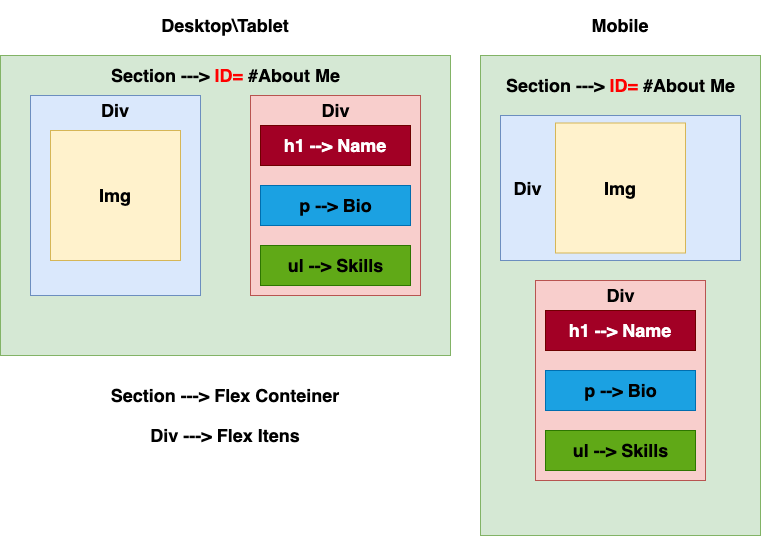
Earlier version of the draw.io export assets/images/readme-images/portfolio-wireframe-page-3.png (luizfroes/my-portfolio-webpage). Source tidied: cells renumbered, new cells last; positions are measured from the earlier drawing's top-left corner, leaving out a move shared by most shapes. The source it was exported from:
```xml
<mxGraphModel>
  <root>
    <mxCell id="0" />
    <mxCell id="1" parent="0" />
    <mxCell id="2" style="rounded=0;whiteSpace=wrap;html=1;fillColor=#d5e8d4;strokeColor=#82b366;" parent="1" vertex="1">
      <mxGeometry y="50" width="450" height="300" as="geometry" />
    </mxCell>
    <mxCell id="3" style="rounded=0;whiteSpace=wrap;html=1;fillColor=#dae8fc;strokeColor=#6c8ebf;" parent="1" vertex="1">
      <mxGeometry x="30" y="90" width="170" height="200" as="geometry" />
    </mxCell>
    <mxCell id="4" style="rounded=0;whiteSpace=wrap;html=1;fillColor=#f8cecc;strokeColor=#b85450;" parent="1" vertex="1">
      <mxGeometry x="250" y="90" width="170" height="200" as="geometry" />
    </mxCell>
    <mxCell id="5" value="&lt;h2&gt;Desktop\Tablet&lt;/h2&gt;" style="text;html=1;strokeColor=none;fillColor=none;align=center;verticalAlign=middle;whiteSpace=wrap;rounded=0;" parent="1" vertex="1">
      <mxGeometry x="145" width="160" height="40" as="geometry" />
    </mxCell>
    <mxCell id="6" value="&lt;h2&gt;Section ---&amp;gt; &lt;font color=&quot;#ff0000&quot;&gt;ID=&lt;/font&gt;&amp;nbsp;#About Me&lt;/h2&gt;" style="text;html=1;strokeColor=none;fillColor=none;align=center;verticalAlign=middle;whiteSpace=wrap;rounded=0;" parent="1" vertex="1">
      <mxGeometry x="97.5" y="50" width="255" height="40" as="geometry" />
    </mxCell>
    <mxCell id="7" value="&lt;h2&gt;Section ---&amp;gt; Flex Conteiner&lt;/h2&gt;" style="text;html=1;strokeColor=none;fillColor=none;align=center;verticalAlign=middle;whiteSpace=wrap;rounded=0;" parent="1" vertex="1">
      <mxGeometry x="105" y="370" width="240" height="40" as="geometry" />
    </mxCell>
    <mxCell id="8" value="&lt;h2&gt;Div ---&amp;gt; Flex Itens&lt;/h2&gt;" style="text;html=1;strokeColor=none;fillColor=none;align=center;verticalAlign=middle;whiteSpace=wrap;rounded=0;" parent="1" vertex="1">
      <mxGeometry x="105" y="410" width="240" height="40" as="geometry" />
    </mxCell>
    <mxCell id="9" style="whiteSpace=wrap;html=1;rounded=0;fillColor=#fff2cc;strokeColor=#d6b656;" parent="1" vertex="1">
      <mxGeometry x="50" y="125" width="130" height="130" as="geometry" />
    </mxCell>
    <mxCell id="10" value="&lt;h2&gt;Div&lt;/h2&gt;" style="text;html=1;strokeColor=none;fillColor=none;align=center;verticalAlign=middle;whiteSpace=wrap;rounded=0;" parent="1" vertex="1">
      <mxGeometry x="35" y="85" width="160" height="40" as="geometry" />
    </mxCell>
    <mxCell id="11" value="&lt;h2&gt;Img&lt;/h2&gt;" style="text;html=1;strokeColor=none;fillColor=none;align=center;verticalAlign=middle;whiteSpace=wrap;rounded=0;" parent="1" vertex="1">
      <mxGeometry x="35" y="170" width="160" height="40" as="geometry" />
    </mxCell>
    <mxCell id="12" style="rounded=0;whiteSpace=wrap;html=1;fillColor=#ffe6cc;strokeColor=#d79b00;" parent="1" vertex="1">
      <mxGeometry x="260" y="125" width="150" height="30" as="geometry" />
    </mxCell>
    <mxCell id="13" value="&lt;h2&gt;Div&lt;/h2&gt;" style="text;html=1;strokeColor=none;fillColor=none;align=center;verticalAlign=middle;whiteSpace=wrap;rounded=0;" parent="1" vertex="1">
      <mxGeometry x="277.5" y="85" width="115" height="40" as="geometry" />
    </mxCell>
    <mxCell id="14" value="&lt;h2&gt;h1 --&amp;gt; Name&lt;/h2&gt;" style="text;html=1;strokeColor=#6F0000;fillColor=#a20025;align=center;verticalAlign=middle;whiteSpace=wrap;rounded=0;fontColor=#ffffff;" parent="1" vertex="1">
      <mxGeometry x="260" y="120" width="150" height="40" as="geometry" />
    </mxCell>
    <mxCell id="15" style="rounded=0;whiteSpace=wrap;html=1;fillColor=#1ba1e2;strokeColor=#006EAF;fontColor=#ffffff;" parent="1" vertex="1">
      <mxGeometry x="260" y="180" width="150" height="40" as="geometry" />
    </mxCell>
    <mxCell id="16" value="&lt;h2&gt;p --&amp;gt; Bio&lt;/h2&gt;" style="text;html=1;strokeColor=none;fillColor=none;align=center;verticalAlign=middle;whiteSpace=wrap;rounded=0;" parent="1" vertex="1">
      <mxGeometry x="282.5" y="180" width="105" height="40" as="geometry" />
    </mxCell>
    <mxCell id="17" style="rounded=0;whiteSpace=wrap;html=1;fillColor=#60a917;strokeColor=#2D7600;fontColor=#ffffff;" parent="1" vertex="1">
      <mxGeometry x="260" y="240" width="150" height="40" as="geometry" />
    </mxCell>
    <mxCell id="18" value="&lt;h2&gt;ul --&amp;gt; Skills&lt;/h2&gt;" style="text;html=1;strokeColor=none;fillColor=none;align=center;verticalAlign=middle;whiteSpace=wrap;rounded=0;" parent="1" vertex="1">
      <mxGeometry x="282.5" y="240" width="105" height="40" as="geometry" />
    </mxCell>
    <mxCell id="19" style="rounded=0;whiteSpace=wrap;html=1;fillColor=#d5e8d4;strokeColor=#82b366;" parent="1" vertex="1">
      <mxGeometry x="480" y="50" width="280" height="480" as="geometry" />
    </mxCell>
    <mxCell id="20" value="&lt;h2&gt;Mobile&lt;/h2&gt;" style="text;html=1;strokeColor=none;fillColor=none;align=center;verticalAlign=middle;whiteSpace=wrap;rounded=0;" parent="1" vertex="1">
      <mxGeometry x="540" width="160" height="40" as="geometry" />
    </mxCell>
    <mxCell id="21" style="rounded=0;whiteSpace=wrap;html=1;fillColor=#dae8fc;strokeColor=#6c8ebf;" parent="1" vertex="1">
      <mxGeometry x="500" y="110" width="240" height="145" as="geometry" />
    </mxCell>
    <mxCell id="22" style="whiteSpace=wrap;html=1;rounded=0;fillColor=#fff2cc;strokeColor=#d6b656;" parent="1" vertex="1">
      <mxGeometry x="555" y="117.5" width="130" height="130" as="geometry" />
    </mxCell>
    <mxCell id="23" value="&lt;h2&gt;Img&lt;/h2&gt;" style="text;html=1;strokeColor=none;fillColor=none;align=center;verticalAlign=middle;whiteSpace=wrap;rounded=0;" parent="1" vertex="1">
      <mxGeometry x="540" y="162.5" width="160" height="40" as="geometry" />
    </mxCell>
    <mxCell id="24" style="rounded=0;whiteSpace=wrap;html=1;fillColor=#f8cecc;strokeColor=#b85450;" parent="1" vertex="1">
      <mxGeometry x="535" y="275" width="170" height="200" as="geometry" />
    </mxCell>
    <mxCell id="25" value="&lt;h2&gt;Div&lt;/h2&gt;" style="text;html=1;strokeColor=none;fillColor=none;align=center;verticalAlign=middle;whiteSpace=wrap;rounded=0;" parent="1" vertex="1">
      <mxGeometry x="562.5" y="270" width="115" height="40" as="geometry" />
    </mxCell>
    <mxCell id="26" value="&lt;h2&gt;h1 --&amp;gt; Name&lt;/h2&gt;" style="text;html=1;strokeColor=#6F0000;fillColor=#a20025;align=center;verticalAlign=middle;whiteSpace=wrap;rounded=0;fontColor=#ffffff;" parent="1" vertex="1">
      <mxGeometry x="545" y="305" width="150" height="40" as="geometry" />
    </mxCell>
    <mxCell id="27" style="rounded=0;whiteSpace=wrap;html=1;fillColor=#1ba1e2;strokeColor=#006EAF;fontColor=#ffffff;" parent="1" vertex="1">
      <mxGeometry x="545" y="365" width="150" height="40" as="geometry" />
    </mxCell>
    <mxCell id="28" value="&lt;h2&gt;p --&amp;gt; Bio&lt;/h2&gt;" style="text;html=1;strokeColor=none;fillColor=none;align=center;verticalAlign=middle;whiteSpace=wrap;rounded=0;" parent="1" vertex="1">
      <mxGeometry x="567.5" y="365" width="105" height="40" as="geometry" />
    </mxCell>
    <mxCell id="29" style="rounded=0;whiteSpace=wrap;html=1;fillColor=#60a917;strokeColor=#2D7600;fontColor=#ffffff;" parent="1" vertex="1">
      <mxGeometry x="545" y="425" width="150" height="40" as="geometry" />
    </mxCell>
    <mxCell id="30" value="&lt;h2&gt;ul --&amp;gt; Skills&lt;/h2&gt;" style="text;html=1;strokeColor=none;fillColor=none;align=center;verticalAlign=middle;whiteSpace=wrap;rounded=0;" parent="1" vertex="1">
      <mxGeometry x="567.5" y="425" width="105" height="40" as="geometry" />
    </mxCell>
    <mxCell id="31" value="&lt;h2&gt;Section ---&amp;gt; &lt;font color=&quot;#ff0000&quot;&gt;ID=&lt;/font&gt;&amp;nbsp;#About Me&lt;/h2&gt;" style="text;html=1;strokeColor=none;fillColor=none;align=center;verticalAlign=middle;whiteSpace=wrap;rounded=0;" parent="1" vertex="1">
      <mxGeometry x="492.5" y="60" width="255" height="40" as="geometry" />
    </mxCell>
    <mxCell id="32" value="&lt;h2&gt;Div&lt;/h2&gt;" style="text;html=1;strokeColor=none;fillColor=none;align=center;verticalAlign=middle;whiteSpace=wrap;rounded=0;" parent="1" vertex="1">
      <mxGeometry x="470" y="162.5" width="115" height="40" as="geometry" />
    </mxCell>
  </root>
</mxGraphModel>
```
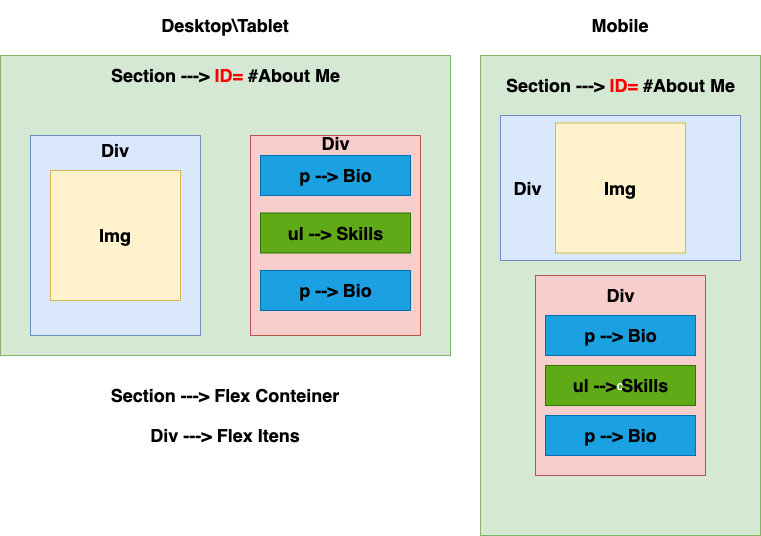
After the commit.

Diff of the diagram source:
```diff
@@ -6,10 +6,10 @@
       <mxGeometry y="50" width="450" height="300" as="geometry" />
     </mxCell>
     <mxCell id="3" style="rounded=0;whiteSpace=wrap;html=1;fillColor=#dae8fc;strokeColor=#6c8ebf;" parent="1" vertex="1">
-      <mxGeometry x="30" y="90" width="170" height="200" as="geometry" />
+      <mxGeometry x="30" y="130" width="170" height="200" as="geometry" />
     </mxCell>
     <mxCell id="4" style="rounded=0;whiteSpace=wrap;html=1;fillColor=#f8cecc;strokeColor=#b85450;" parent="1" vertex="1">
-      <mxGeometry x="250" y="90" width="170" height="200" as="geometry" />
+      <mxGeometry x="250" y="130" width="170" height="200" as="geometry" />
     </mxCell>
     <mxCell id="5" value="&lt;h2&gt;Desktop\Tablet&lt;/h2&gt;" style="text;html=1;strokeColor=none;fillColor=none;align=center;verticalAlign=middle;whiteSpace=wrap;rounded=0;" parent="1" vertex="1">
       <mxGeometry x="145" width="160" height="40" as="geometry" />
@@ -24,34 +24,28 @@
       <mxGeometry x="105" y="410" width="240" height="40" as="geometry" />
     </mxCell>
     <mxCell id="9" style="whiteSpace=wrap;html=1;rounded=0;fillColor=#fff2cc;strokeColor=#d6b656;" parent="1" vertex="1">
-      <mxGeometry x="50" y="125" width="130" height="130" as="geometry" />
+      <mxGeometry x="50" y="165" width="130" height="130" as="geometry" />
     </mxCell>
     <mxCell id="10" value="&lt;h2&gt;Div&lt;/h2&gt;" style="text;html=1;strokeColor=none;fillColor=none;align=center;verticalAlign=middle;whiteSpace=wrap;rounded=0;" parent="1" vertex="1">
-      <mxGeometry x="35" y="85" width="160" height="40" as="geometry" />
+      <mxGeometry x="35" y="125" width="160" height="40" as="geometry" />
     </mxCell>
     <mxCell id="11" value="&lt;h2&gt;Img&lt;/h2&gt;" style="text;html=1;strokeColor=none;fillColor=none;align=center;verticalAlign=middle;whiteSpace=wrap;rounded=0;" parent="1" vertex="1">
-      <mxGeometry x="35" y="170" width="160" height="40" as="geometry" />
+      <mxGeometry x="35" y="210" width="160" height="40" as="geometry" />
     </mxCell>
-    <mxCell id="12" style="rounded=0;whiteSpace=wrap;html=1;fillColor=#ffe6cc;strokeColor=#d79b00;" parent="1" vertex="1">
-      <mxGeometry x="260" y="125" width="150" height="30" as="geometry" />
-    </mxCell>
     <mxCell id="13" value="&lt;h2&gt;Div&lt;/h2&gt;" style="text;html=1;strokeColor=none;fillColor=none;align=center;verticalAlign=middle;whiteSpace=wrap;rounded=0;" parent="1" vertex="1">
-      <mxGeometry x="277.5" y="85" width="115" height="40" as="geometry" />
+      <mxGeometry x="277.5" y="117.5" width="115" height="40" as="geometry" />
     </mxCell>
-    <mxCell id="14" value="&lt;h2&gt;h1 --&amp;gt; Name&lt;/h2&gt;" style="text;html=1;strokeColor=#6F0000;fillColor=#a20025;align=center;verticalAlign=middle;whiteSpace=wrap;rounded=0;fontColor=#ffffff;" parent="1" vertex="1">
-      <mxGeometry x="260" y="120" width="150" height="40" as="geometry" />
-    </mxCell>
     <mxCell id="15" style="rounded=0;whiteSpace=wrap;html=1;fillColor=#1ba1e2;strokeColor=#006EAF;fontColor=#ffffff;" parent="1" vertex="1">
-      <mxGeometry x="260" y="180" width="150" height="40" as="geometry" />
+      <mxGeometry x="260" y="265" width="150" height="40" as="geometry" />
     </mxCell>
     <mxCell id="16" value="&lt;h2&gt;p --&amp;gt; Bio&lt;/h2&gt;" style="text;html=1;strokeColor=none;fillColor=none;align=center;verticalAlign=middle;whiteSpace=wrap;rounded=0;" parent="1" vertex="1">
-      <mxGeometry x="282.5" y="180" width="105" height="40" as="geometry" />
+      <mxGeometry x="282.5" y="265" width="105" height="40" as="geometry" />
     </mxCell>
     <mxCell id="17" style="rounded=0;whiteSpace=wrap;html=1;fillColor=#60a917;strokeColor=#2D7600;fontColor=#ffffff;" parent="1" vertex="1">
-      <mxGeometry x="260" y="240" width="150" height="40" as="geometry" />
+      <mxGeometry x="260" y="207.5" width="150" height="40" as="geometry" />
     </mxCell>
     <mxCell id="18" value="&lt;h2&gt;ul --&amp;gt; Skills&lt;/h2&gt;" style="text;html=1;strokeColor=none;fillColor=none;align=center;verticalAlign=middle;whiteSpace=wrap;rounded=0;" parent="1" vertex="1">
-      <mxGeometry x="282.5" y="240" width="105" height="40" as="geometry" />
+      <mxGeometry x="282.5" y="207.5" width="105" height="40" as="geometry" />
     </mxCell>
     <mxCell id="19" style="rounded=0;whiteSpace=wrap;html=1;fillColor=#d5e8d4;strokeColor=#82b366;" parent="1" vertex="1">
       <mxGeometry x="480" y="50" width="280" height="480" as="geometry" />
@@ -69,25 +63,22 @@
       <mxGeometry x="540" y="162.5" width="160" height="40" as="geometry" />
     </mxCell>
     <mxCell id="24" style="rounded=0;whiteSpace=wrap;html=1;fillColor=#f8cecc;strokeColor=#b85450;" parent="1" vertex="1">
-      <mxGeometry x="535" y="275" width="170" height="200" as="geometry" />
+      <mxGeometry x="535" y="270" width="170" height="200" as="geometry" />
     </mxCell>
     <mxCell id="25" value="&lt;h2&gt;Div&lt;/h2&gt;" style="text;html=1;strokeColor=none;fillColor=none;align=center;verticalAlign=middle;whiteSpace=wrap;rounded=0;" parent="1" vertex="1">
       <mxGeometry x="562.5" y="270" width="115" height="40" as="geometry" />
     </mxCell>
-    <mxCell id="26" value="&lt;h2&gt;h1 --&amp;gt; Name&lt;/h2&gt;" style="text;html=1;strokeColor=#6F0000;fillColor=#a20025;align=center;verticalAlign=middle;whiteSpace=wrap;rounded=0;fontColor=#ffffff;" parent="1" vertex="1">
-      <mxGeometry x="545" y="305" width="150" height="40" as="geometry" />
-    </mxCell>
     <mxCell id="27" style="rounded=0;whiteSpace=wrap;html=1;fillColor=#1ba1e2;strokeColor=#006EAF;fontColor=#ffffff;" parent="1" vertex="1">
-      <mxGeometry x="545" y="365" width="150" height="40" as="geometry" />
+      <mxGeometry x="545" y="310" width="150" height="40" as="geometry" />
     </mxCell>
     <mxCell id="28" value="&lt;h2&gt;p --&amp;gt; Bio&lt;/h2&gt;" style="text;html=1;strokeColor=none;fillColor=none;align=center;verticalAlign=middle;whiteSpace=wrap;rounded=0;" parent="1" vertex="1">
-      <mxGeometry x="567.5" y="365" width="105" height="40" as="geometry" />
+      <mxGeometry x="567.5" y="310" width="105" height="40" as="geometry" />
     </mxCell>
-    <mxCell id="29" style="rounded=0;whiteSpace=wrap;html=1;fillColor=#60a917;strokeColor=#2D7600;fontColor=#ffffff;" parent="1" vertex="1">
-      <mxGeometry x="545" y="425" width="150" height="40" as="geometry" />
+    <mxCell id="29" value="c" style="rounded=0;whiteSpace=wrap;html=1;fillColor=#60a917;strokeColor=#2D7600;fontColor=#ffffff;" parent="1" vertex="1">
+      <mxGeometry x="545" y="360" width="150" height="40" as="geometry" />
     </mxCell>
     <mxCell id="30" value="&lt;h2&gt;ul --&amp;gt; Skills&lt;/h2&gt;" style="text;html=1;strokeColor=none;fillColor=none;align=center;verticalAlign=middle;whiteSpace=wrap;rounded=0;" parent="1" vertex="1">
-      <mxGeometry x="567.5" y="425" width="105" height="40" as="geometry" />
+      <mxGeometry x="567.5" y="360" width="105" height="40" as="geometry" />
     </mxCell>
     <mxCell id="31" value="&lt;h2&gt;Section ---&amp;gt; &lt;font color=&quot;#ff0000&quot;&gt;ID=&lt;/font&gt;&amp;nbsp;#About Me&lt;/h2&gt;" style="text;html=1;strokeColor=none;fillColor=none;align=center;verticalAlign=middle;whiteSpace=wrap;rounded=0;" parent="1" vertex="1">
       <mxGeometry x="492.5" y="60" width="255" height="40" as="geometry" />
@@ -95,5 +86,17 @@
     <mxCell id="32" value="&lt;h2&gt;Div&lt;/h2&gt;" style="text;html=1;strokeColor=none;fillColor=none;align=center;verticalAlign=middle;whiteSpace=wrap;rounded=0;" parent="1" vertex="1">
       <mxGeometry x="470" y="162.5" width="115" height="40" as="geometry" />
     </mxCell>
+    <mxCell id="33" style="rounded=0;whiteSpace=wrap;html=1;fillColor=#1ba1e2;strokeColor=#006EAF;fontColor=#ffffff;" parent="1" vertex="1">
+      <mxGeometry x="260" y="150" width="150" height="40" as="geometry" />
+    </mxCell>
+    <mxCell id="34" value="&lt;h2&gt;p --&amp;gt; Bio&lt;/h2&gt;" style="text;html=1;strokeColor=none;fillColor=none;align=center;verticalAlign=middle;whiteSpace=wrap;rounded=0;" parent="1" vertex="1">
+      <mxGeometry x="282.5" y="150" width="105" height="40" as="geometry" />
+    </mxCell>
+    <mxCell id="35" style="rounded=0;whiteSpace=wrap;html=1;fillColor=#1ba1e2;strokeColor=#006EAF;fontColor=#ffffff;" parent="1" vertex="1">
+      <mxGeometry x="545" y="410" width="150" height="40" as="geometry" />
+    </mxCell>
+    <mxCell id="36" value="&lt;h2&gt;p --&amp;gt; Bio&lt;/h2&gt;" style="text;html=1;strokeColor=none;fillColor=none;align=center;verticalAlign=middle;whiteSpace=wrap;rounded=0;" parent="1" vertex="1">
+      <mxGeometry x="567.5" y="410" width="105" height="40" as="geometry" />
+    </mxCell>
   </root>
 </mxGraphModel>
```
